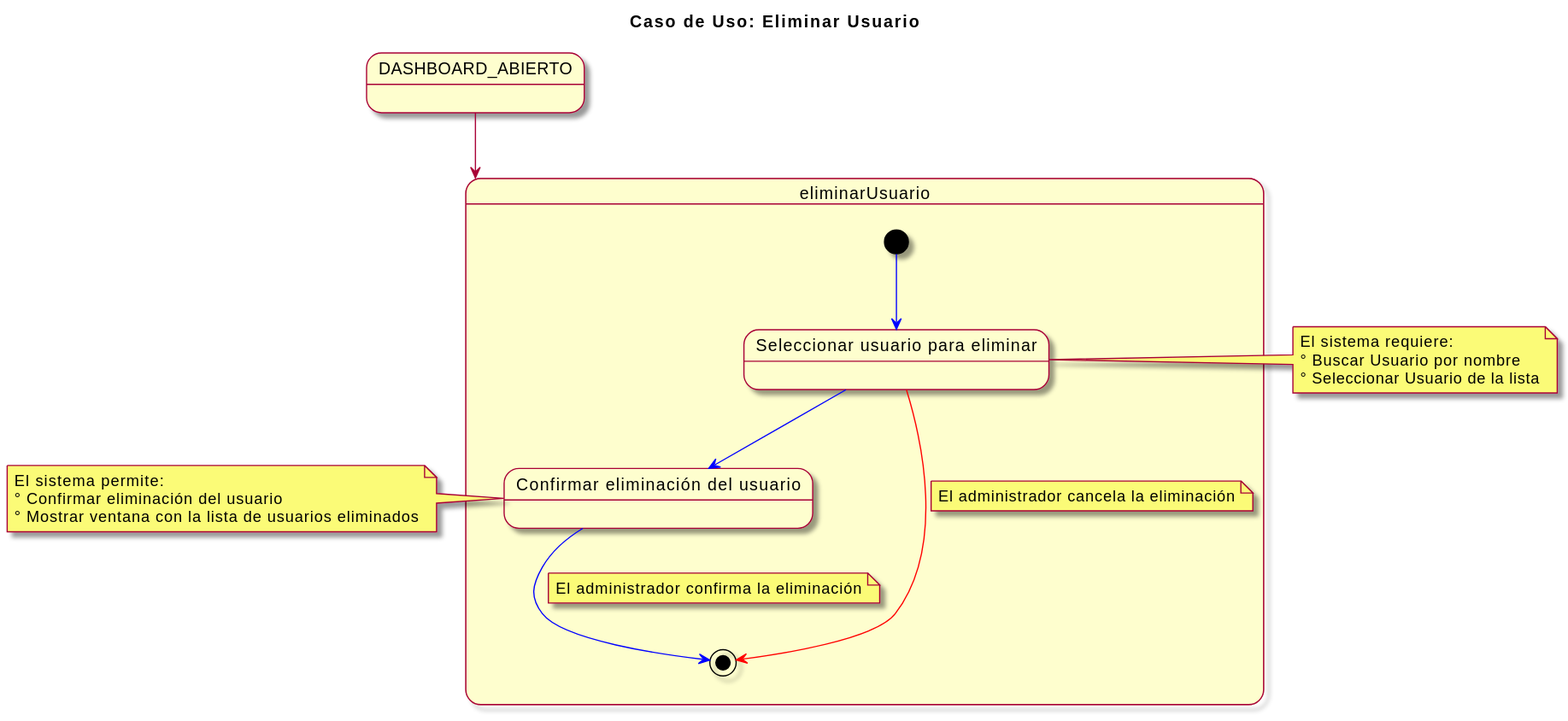
Earlier version of the PlantUML export imagenes/casosDeUso/detalles/eliminarUsuario.svg (mmasias/23-24-IdSw1-SDR).
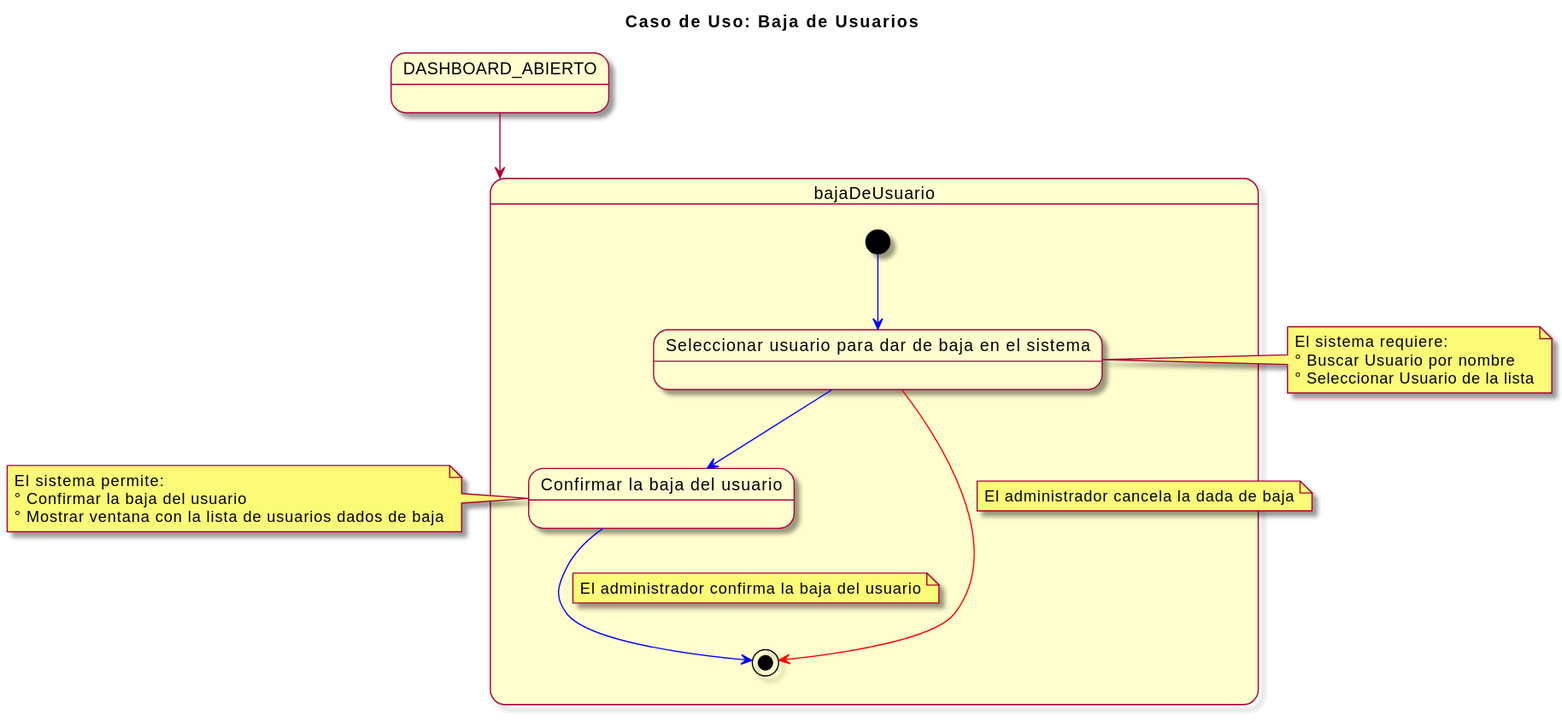
Later version of the same file.

Commit message:
Cambiar de eliminar a dar de baja

The edit, as a diff of the source:
```diff
@@ -1,27 +1,27 @@
 @startuml
 skin rose
-title Caso de Uso: Eliminar Usuario
+title Caso de Uso: Baja de Usuarios
 
 state DASHBOARD_ABIERTO
 
-DASHBOARD_ABIERTO --> eliminarUsuario
+DASHBOARD_ABIERTO --> bajaDeUsuario
 
-state eliminarUsuario {
+state bajaDeUsuario {
   [*] -[#blue]-> seleccionarUsuario
-  state "Seleccionar usuario para eliminar" as seleccionarUsuario
+  state "Seleccionar usuario para dar de baja en el sistema" as seleccionarUsuario
   seleccionarUsuario -[#blue]-> confirmarEliminarUsuario
-  state "Confirmar eliminación del usuario" as confirmarEliminarUsuario
+  state "Confirmar la baja del usuario" as confirmarEliminarUsuario
   confirmarEliminarUsuario -[#blue]-> [*]
-  note on link: El administrador confirma la eliminación
+  note on link: El administrador confirma la baja del usuario
 
   seleccionarUsuario -[#red]-> [*]
-  note on link: El administrador cancela la eliminación
+  note on link: El administrador cancela la dada de baja
 }
 
 note left of confirmarEliminarUsuario
   El sistema permite:
-  ° Confirmar eliminación del usuario
-  ° Mostrar ventana con la lista de usuarios eliminados
+  ° Confirmar la baja del usuario
+  ° Mostrar ventana con la lista de usuarios dados de baja
 end note
 
 note left of seleccionarUsuario
```
